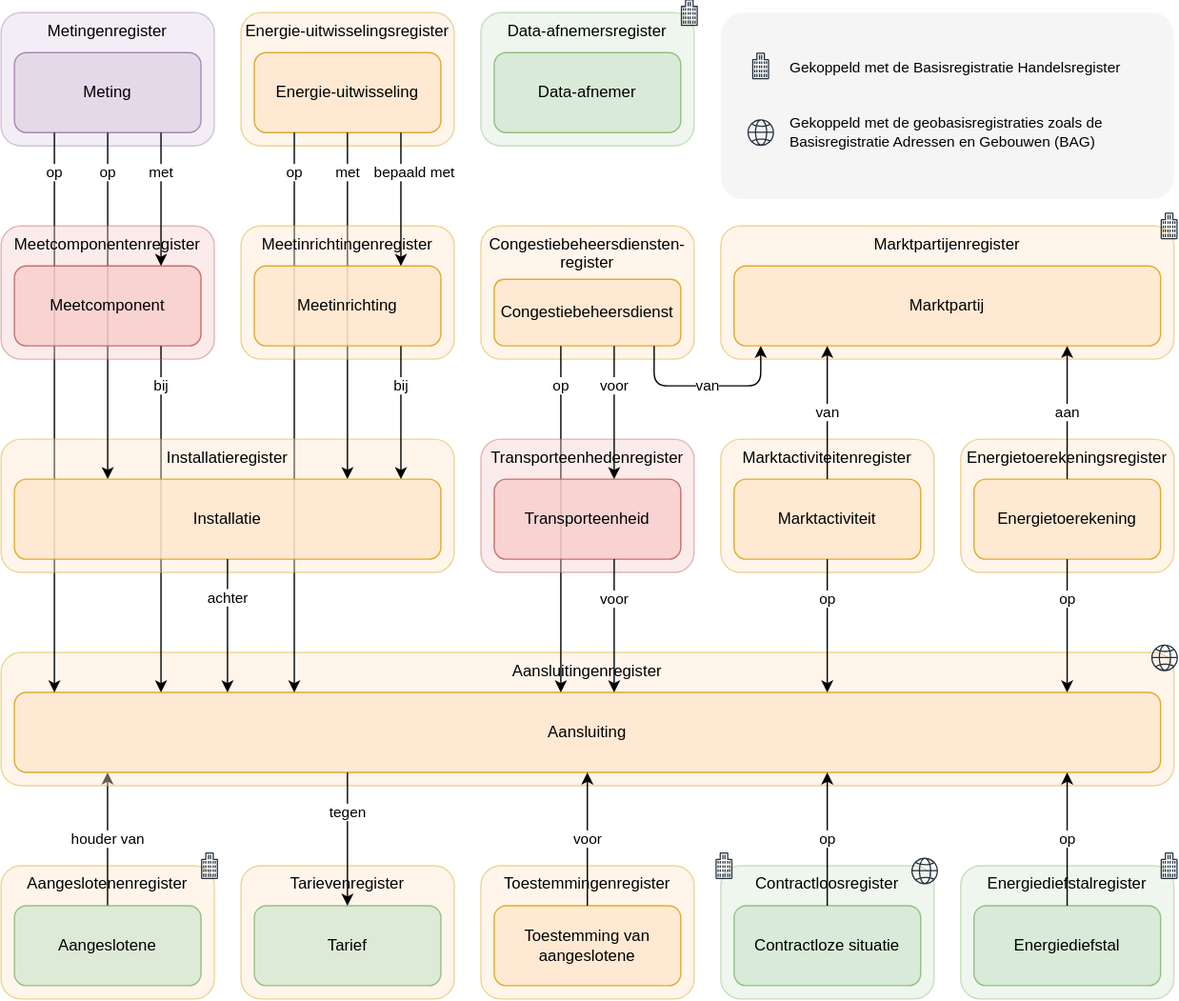
Earlier version of the draw.io export docs/assets/images/stelselplaat.drawio.svg (Netbeheer-Nederland/stelsel). Source tidied: cells renumbered, new cells last; positions are measured from the earlier drawing's top-left corner, leaving out a move shared by most shapes.
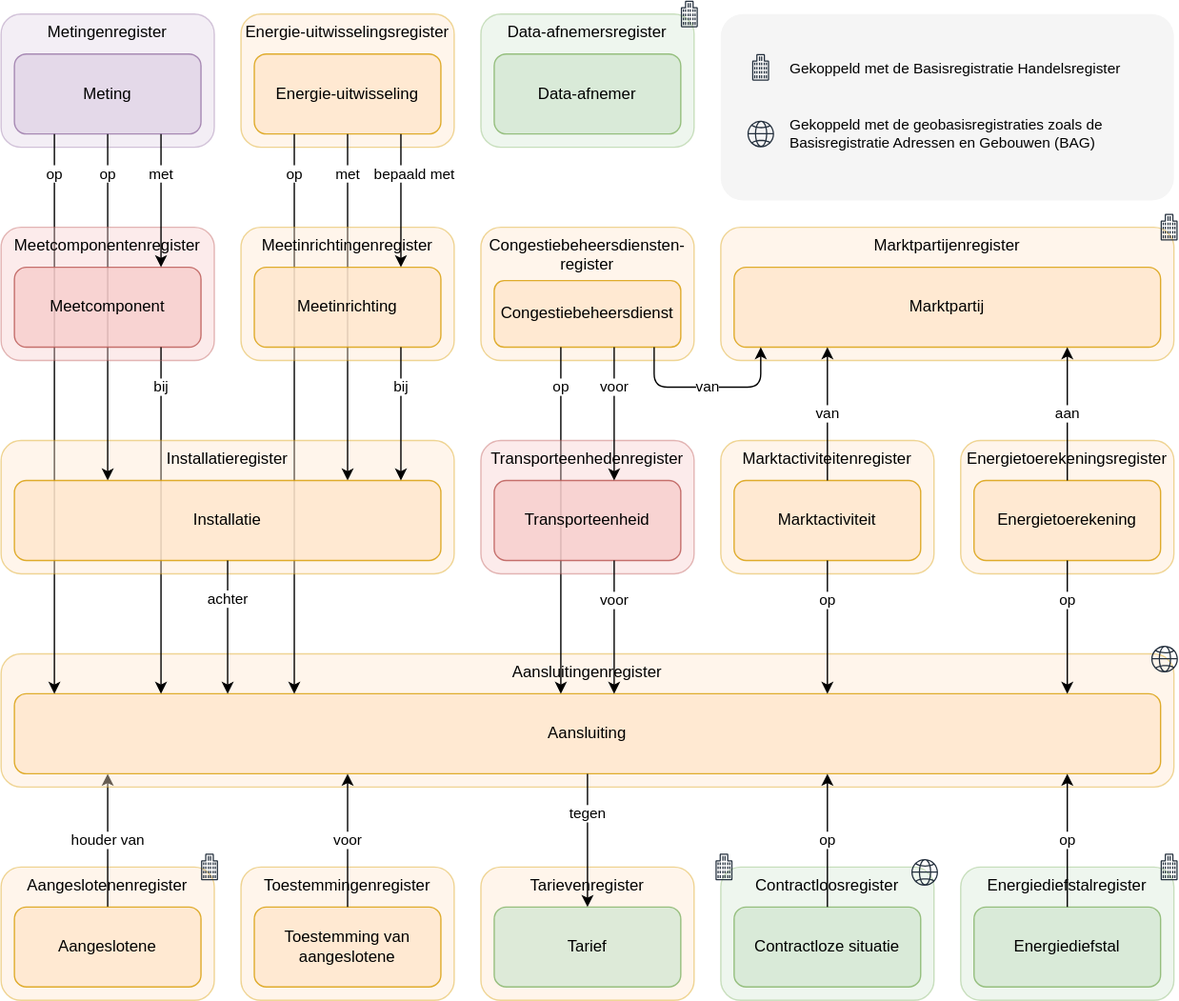
Above is the later version.

Commit message:
aangeslotene in marktdomein

Change to the diagram source:
```diff
@@ -6,7 +6,7 @@
       <mxGeometry x="540" y="10" width="340" height="140" as="geometry" />
     </mxCell>
     <mxCell id="3" value="Toestemmingenregister" style="rounded=1;whiteSpace=wrap;html=1;verticalAlign=top;horizontal=1;align=center;fillColor=#ffe6cc;strokeColor=#d79b00;opacity=40;fontColor=default;" parent="1" vertex="1">
-      <mxGeometry x="360" y="650" width="160" height="100" as="geometry" />
+      <mxGeometry x="180" y="650" width="160" height="100" as="geometry" />
     </mxCell>
     <mxCell id="4" value="Marktpartijenregister" style="rounded=1;whiteSpace=wrap;html=1;verticalAlign=top;align=center;horizontal=1;fillColor=#ffe6cc;strokeColor=#d79b00;opacity=40;fontColor=default;" parent="1" vertex="1">
       <mxGeometry x="540" y="170" width="340" height="100" as="geometry" />
@@ -24,7 +24,7 @@
       <mxGeometry x="550" y="360" width="140" height="60" as="geometry" />
     </mxCell>
     <mxCell id="9" value="Toestemming van aangeslotene" style="rounded=1;whiteSpace=wrap;html=1;fillColor=#ffe6cc;strokeColor=#d79b00;opacity=80;fontColor=default;" parent="1" vertex="1">
-      <mxGeometry x="370" y="680" width="140" height="60" as="geometry" />
+      <mxGeometry x="190" y="680" width="140" height="60" as="geometry" />
     </mxCell>
     <mxCell id="10" value="Congestiebeheersdienst" style="rounded=1;whiteSpace=wrap;html=1;fillColor=#ffe6cc;strokeColor=#d79b00;opacity=80;fontColor=default;" parent="1" vertex="1">
       <mxGeometry x="370" y="210" width="140" height="50" as="geometry" />
@@ -50,7 +50,7 @@
       <mxGeometry relative="1" as="geometry" />
     </mxCell>
     <mxCell id="16" value="Tarievenregister" style="rounded=1;whiteSpace=wrap;html=1;verticalAlign=top;horizontal=1;align=center;strokeWidth=1;fillColor=#ffe6cc;strokeColor=#d79b00;opacity=40;fontColor=default;" parent="1" vertex="1">
-      <mxGeometry x="180" y="650" width="160" height="100" as="geometry" />
+      <mxGeometry x="360" y="650" width="160" height="100" as="geometry" />
     </mxCell>
     <mxCell id="17" value="Aangeslotenenregister" style="rounded=1;whiteSpace=wrap;html=1;verticalAlign=top;horizontal=1;align=center;strokeWidth=1;opacity=40;fillColor=#ffe6cc;strokeColor=#d79b00;fontColor=default;" parent="1" vertex="1">
       <mxGeometry y="650" width="160" height="100" as="geometry" />
@@ -65,7 +65,7 @@
       <mxGeometry x="360" y="10" width="160" height="100" as="geometry" />
     </mxCell>
     <mxCell id="21" value="Tarief" style="rounded=1;whiteSpace=wrap;html=1;fillColor=#d5e8d4;strokeColor=#82b366;opacity=80;fontColor=default;" parent="1" vertex="1">
-      <mxGeometry x="190" y="680" width="140" height="60" as="geometry" />
+      <mxGeometry x="370" y="680" width="140" height="60" as="geometry" />
     </mxCell>
     <mxCell id="22" value="Data-afnemer" style="rounded=1;whiteSpace=wrap;html=1;fillColor=#d5e8d4;strokeColor=#82b366;opacity=80;fontColor=default;" parent="1" vertex="1">
       <mxGeometry x="370" y="40" width="140" height="60" as="geometry" />
@@ -176,7 +176,7 @@
         <mxPoint y="-1" as="offset" />
       </mxGeometry>
     </mxCell>
-    <mxCell id="48" value="Aangeslotene" style="rounded=1;whiteSpace=wrap;html=1;fillColor=#d5e8d4;strokeColor=#82b366;opacity=80;fontColor=default;" parent="1" vertex="1">
+    <mxCell id="48" value="Aangeslotene" style="rounded=1;whiteSpace=wrap;html=1;fillColor=#ffe6cc;strokeColor=#d79b00;opacity=80;" parent="1" vertex="1">
       <mxGeometry x="10" y="680" width="140" height="60" as="geometry" />
     </mxCell>
     <mxCell id="49" value="voor" style="endArrow=classic;html=1;rounded=0;edgeStyle=elbowEdgeStyle;endFill=1;fontColor=default;" parent="1" edge="1" source="9" target="24">
```
